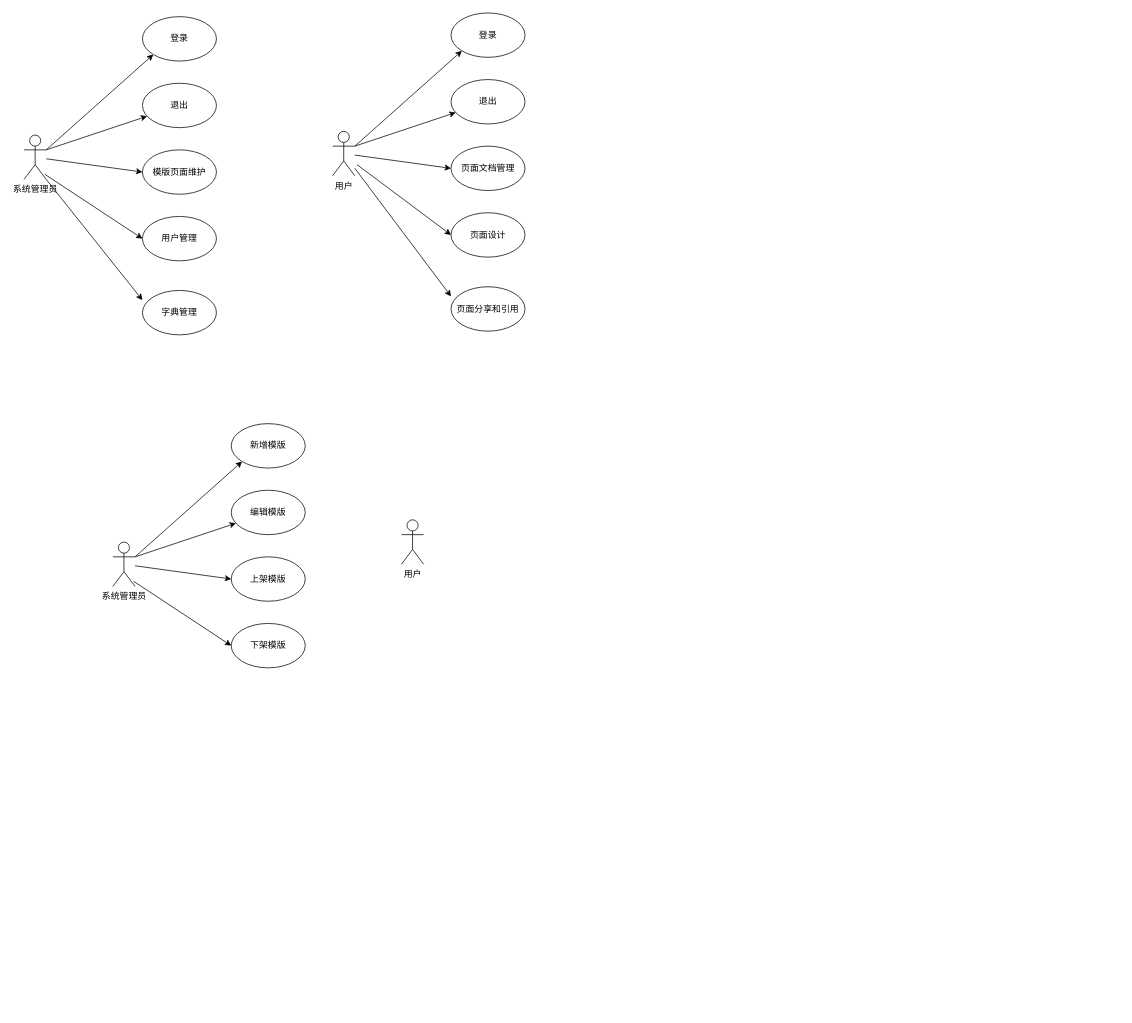
yuxinyu12345/diagrams keeps this draw.io diagram as 3.2 系统角色分析.drawio. Above is the earlier version. Source tidied: cells renumbered, new cells numbered last; positions are measured from the earlier drawing's top-left corner, leaving out a move shared by most shapes. Both pictures are drawn from the tidied source at 74%, with x=0, y=0 at pixel (24, 13).
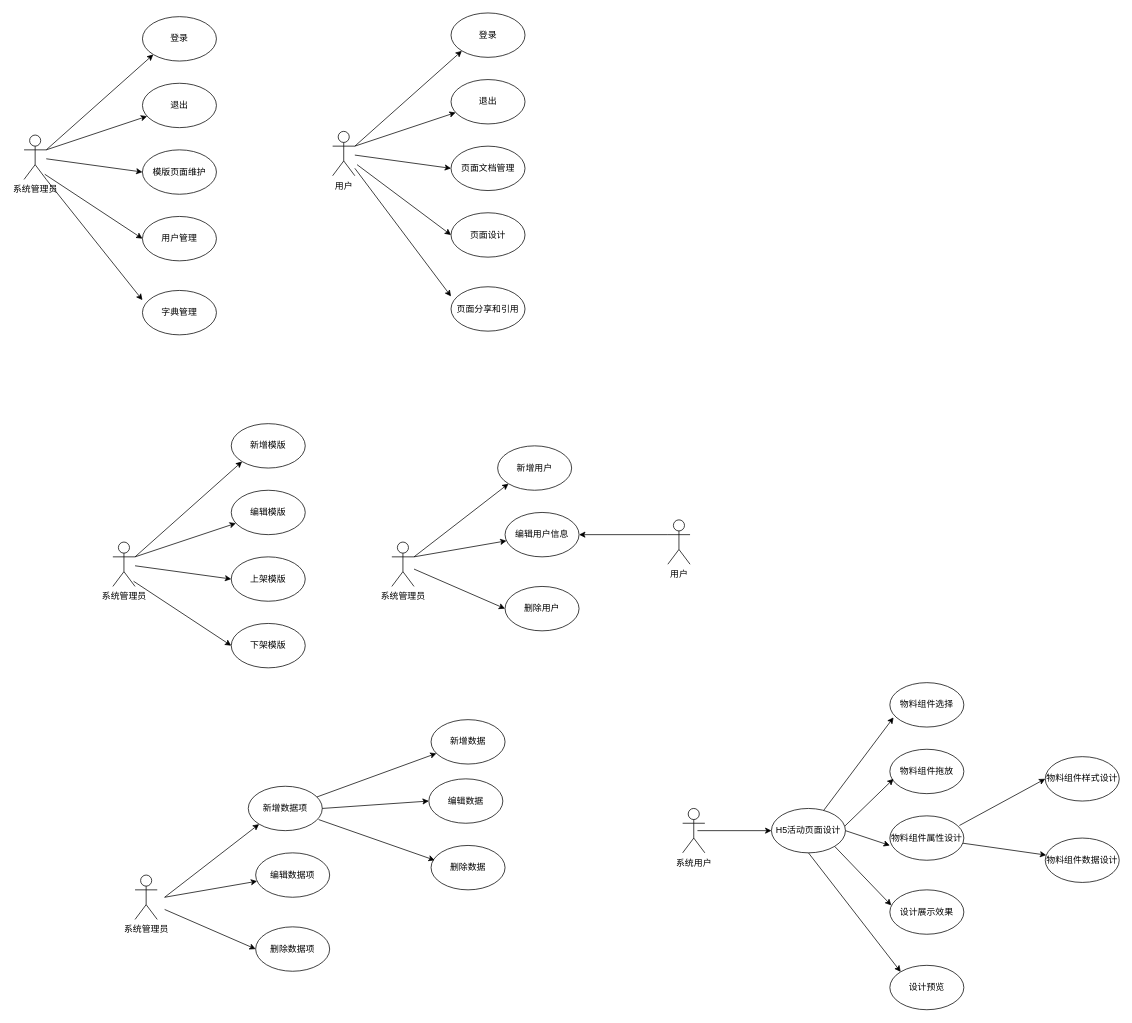
The same diagram, later.

Commit message:
更新3.2 系统角色分析.drawio

What changed in the source:
```diff
@@
+    <mxCell id="34" value="系统管理员" style="shape=umlActor;verticalLabelPosition=bottom;verticalAlign=top;html=1;" parent="1" vertex="1">
+      <mxGeometry x="497" y="715" width="30" height="60" as="geometry" />
+    </mxCell>
+    <mxCell id="35" value="新增用户" style="ellipse;whiteSpace=wrap;html=1;" parent="1" vertex="1">
+      <mxGeometry x="640" y="585" width="100" height="60" as="geometry" />
+    </mxCell>
+    <mxCell id="36" value="编辑用户信息" style="ellipse;whiteSpace=wrap;html=1;" parent="1" vertex="1">
+      <mxGeometry x="650" y="675" width="100" height="60" as="geometry" />
+    </mxCell>
+    <mxCell id="37" value="删除用户" style="ellipse;whiteSpace=wrap;html=1;" parent="1" vertex="1">
+      <mxGeometry x="650" y="775" width="100" height="60" as="geometry" />
+    </mxCell>
+    <mxCell id="38" style="endArrow=classic;html=1;rounded=0;exitX=1;exitY=0.3333333333333333;exitDx=0;exitDy=0;exitPerimeter=0;entryX=0;entryY=1;entryDx=0;entryDy=0;" parent="1" edge="1" source="34" target="35">
+      <mxGeometry relative="1" as="geometry" />
+    </mxCell>
+    <mxCell id="39" style="endArrow=classic;html=1;rounded=0;entryX=0;entryY=0.5;entryDx=0;entryDy=0;" parent="1" edge="1" source="34" target="37">
+      <mxGeometry relative="1" as="geometry" />
+    </mxCell>
+    <mxCell id="40" style="endArrow=classic;html=1;rounded=0;" parent="1" edge="1" target="36">
+      <mxGeometry relative="1" as="geometry">
+        <mxPoint x="527" y="735" as="sourcePoint" />
+      </mxGeometry>
+    </mxCell>
     <mxCell id="33" value="用户" style="shape=umlActor;verticalLabelPosition=bottom;verticalAlign=top;html=1;" parent="1" vertex="1">
-      <mxGeometry x="510" y="685" width="30" height="60" as="geometry" />
+      <mxGeometry x="870" y="685" width="30" height="60" as="geometry" />
     </mxCell>
+    <mxCell id="41" style="endArrow=classic;html=1;rounded=0;exitX=0;exitY=0.3333333333333333;exitDx=0;exitDy=0;exitPerimeter=0;entryX=1;entryY=0.5;entryDx=0;entryDy=0;" parent="1" edge="1" source="33" target="36">
+      <mxGeometry relative="1" as="geometry" />
+    </mxCell>
+    <mxCell id="42" value="系统管理员" style="shape=umlActor;verticalLabelPosition=bottom;verticalAlign=top;html=1;" parent="1" vertex="1">
+      <mxGeometry x="150" y="1165" width="30" height="60" as="geometry" />
+    </mxCell>
+    <mxCell id="43" value="新增数据项" style="ellipse;whiteSpace=wrap;html=1;" parent="1" vertex="1">
+      <mxGeometry x="303" y="1045" width="100" height="60" as="geometry" />
+    </mxCell>
+    <mxCell id="44" value="编辑数据项" style="ellipse;whiteSpace=wrap;html=1;" parent="1" vertex="1">
+      <mxGeometry x="313" y="1135" width="100" height="60" as="geometry" />
+    </mxCell>
+    <mxCell id="45" value="删除数据项" style="ellipse;whiteSpace=wrap;html=1;" parent="1" vertex="1">
+      <mxGeometry x="313" y="1235" width="100" height="60" as="geometry" />
+    </mxCell>
+    <mxCell id="46" style="endArrow=classic;html=1;rounded=0;exitX=1;exitY=0.3333333333333333;exitDx=0;exitDy=0;exitPerimeter=0;entryX=0;entryY=1;entryDx=0;entryDy=0;" parent="1" edge="1" target="43">
+      <mxGeometry relative="1" as="geometry">
+        <mxPoint x="190" y="1195" as="sourcePoint" />
+      </mxGeometry>
+    </mxCell>
+    <mxCell id="47" style="endArrow=classic;html=1;rounded=0;entryX=0;entryY=0.5;entryDx=0;entryDy=0;" parent="1" edge="1" target="45">
+      <mxGeometry relative="1" as="geometry">
+        <mxPoint x="190" y="1211.5" as="sourcePoint" />
+      </mxGeometry>
+    </mxCell>
+    <mxCell id="48" style="endArrow=classic;html=1;rounded=0;" parent="1" edge="1" target="44">
+      <mxGeometry relative="1" as="geometry">
+        <mxPoint x="190" y="1195" as="sourcePoint" />
+      </mxGeometry>
+    </mxCell>
+    <mxCell id="49" value="新增数据" style="ellipse;whiteSpace=wrap;html=1;" parent="1" vertex="1">
+      <mxGeometry x="550" y="955" width="100" height="60" as="geometry" />
+    </mxCell>
+    <mxCell id="50" value="编辑数据" style="ellipse;whiteSpace=wrap;html=1;" parent="1" vertex="1">
+      <mxGeometry x="547" y="1035" width="100" height="60" as="geometry" />
+    </mxCell>
+    <mxCell id="51" value="删除数据" style="ellipse;whiteSpace=wrap;html=1;" parent="1" vertex="1">
+      <mxGeometry x="550" y="1125" width="100" height="60" as="geometry" />
+    </mxCell>
+    <mxCell id="52" style="endArrow=classic;html=1;rounded=0;" parent="1" edge="1" source="43" target="49">
+      <mxGeometry relative="1" as="geometry" />
+    </mxCell>
+    <mxCell id="53" style="endArrow=classic;html=1;rounded=0;exitX=1;exitY=0.5;exitDx=0;exitDy=0;entryX=0;entryY=0.5;entryDx=0;entryDy=0;" parent="1" edge="1" source="43" target="50">
+      <mxGeometry relative="1" as="geometry" />
+    </mxCell>
+    <mxCell id="54" style="endArrow=classic;html=1;rounded=0;exitX=0.95;exitY=0.75;exitDx=0;exitDy=0;exitPerimeter=0;entryX=0.05;entryY=0.333;entryDx=0;entryDy=0;entryPerimeter=0;" parent="1" edge="1" source="43" target="51">
+      <mxGeometry relative="1" as="geometry" />
+    </mxCell>
+    <mxCell id="55" value="系统用户&lt;br&gt;" style="shape=umlActor;verticalLabelPosition=bottom;verticalAlign=top;html=1;" parent="1" vertex="1">
+      <mxGeometry x="890" y="1075" width="30" height="60" as="geometry" />
+    </mxCell>
+    <mxCell id="56" value="H5活动页面设计" style="ellipse;whiteSpace=wrap;html=1;" parent="1" vertex="1">
+      <mxGeometry x="1010" y="1075" width="100" height="60" as="geometry" />
+    </mxCell>
+    <mxCell id="57" style="endArrow=classic;html=1;rounded=0;" parent="1" edge="1" target="56">
+      <mxGeometry relative="1" as="geometry">
+        <mxPoint x="910" y="1105" as="sourcePoint" />
+      </mxGeometry>
+    </mxCell>
+    <mxCell id="58" value="物料组件选择" style="ellipse;whiteSpace=wrap;html=1;" parent="1" vertex="1">
+      <mxGeometry x="1170" y="905" width="100" height="60" as="geometry" />
+    </mxCell>
+    <mxCell id="59" value="物料组件拖放" style="ellipse;whiteSpace=wrap;html=1;" parent="1" vertex="1">
+      <mxGeometry x="1170" y="995" width="100" height="60" as="geometry" />
+    </mxCell>
+    <mxCell id="60" value="设计展示效果" style="ellipse;whiteSpace=wrap;html=1;" parent="1" vertex="1">
+      <mxGeometry x="1170" y="1185" width="100" height="60" as="geometry" />
+    </mxCell>
+    <mxCell id="61" value="物料组件属性设计" style="ellipse;whiteSpace=wrap;html=1;" parent="1" vertex="1">
+      <mxGeometry x="1170" y="1085" width="100" height="60" as="geometry" />
+    </mxCell>
+    <mxCell id="62" value="设计预览" style="ellipse;whiteSpace=wrap;html=1;" parent="1" vertex="1">
+      <mxGeometry x="1170" y="1287" width="100" height="60" as="geometry" />
+    </mxCell>
+    <mxCell id="63" value="物料组件样式设计" style="ellipse;whiteSpace=wrap;html=1;" parent="1" vertex="1">
+      <mxGeometry x="1380" y="1005" width="100" height="60" as="geometry" />
+    </mxCell>
+    <mxCell id="64" value="物料组件数据设计" style="ellipse;whiteSpace=wrap;html=1;" parent="1" vertex="1">
+      <mxGeometry x="1380" y="1115" width="100" height="60" as="geometry" />
+    </mxCell>
+    <mxCell id="65" style="endArrow=classic;html=1;rounded=0;entryX=0.05;entryY=0.783;entryDx=0;entryDy=0;entryPerimeter=0;" parent="1" edge="1" source="56" target="58">
+      <mxGeometry relative="1" as="geometry" />
+    </mxCell>
+    <mxCell id="66" style="endArrow=classic;html=1;rounded=0;exitX=1;exitY=1;exitDx=0;exitDy=0;entryX=0.02;entryY=0.35;entryDx=0;entryDy=0;entryPerimeter=0;" parent="1" edge="1" source="56" target="60">
+      <mxGeometry relative="1" as="geometry" />
+    </mxCell>
+    <mxCell id="67" style="endArrow=classic;html=1;rounded=0;exitX=1;exitY=0.5;exitDx=0;exitDy=0;" parent="1" edge="1" source="56">
+      <mxGeometry relative="1" as="geometry">
+        <mxPoint x="1170" y="1125" as="targetPoint" />
+      </mxGeometry>
+    </mxCell>
+    <mxCell id="68" style="endArrow=classic;html=1;rounded=0;exitX=0.99;exitY=0.4;exitDx=0;exitDy=0;exitPerimeter=0;entryX=0.05;entryY=0.667;entryDx=0;entryDy=0;entryPerimeter=0;" parent="1" edge="1" source="56" target="59">
+      <mxGeometry relative="1" as="geometry" />
+    </mxCell>
+    <mxCell id="69" style="endArrow=classic;html=1;rounded=0;exitX=0.5;exitY=1;exitDx=0;exitDy=0;entryX=0;entryY=0;entryDx=0;entryDy=0;" parent="1" edge="1" source="56" target="62">
+      <mxGeometry relative="1" as="geometry" />
+    </mxCell>
+    <mxCell id="70" style="endArrow=classic;html=1;rounded=0;entryX=0;entryY=0.5;entryDx=0;entryDy=0;exitX=0.94;exitY=0.217;exitDx=0;exitDy=0;exitPerimeter=0;" parent="1" edge="1" source="61" target="63">
+      <mxGeometry relative="1" as="geometry" />
+    </mxCell>
+    <mxCell id="71" style="endArrow=classic;html=1;rounded=0;" parent="1" edge="1" source="61" target="64">
+      <mxGeometry relative="1" as="geometry" />
+    </mxCell>
```
